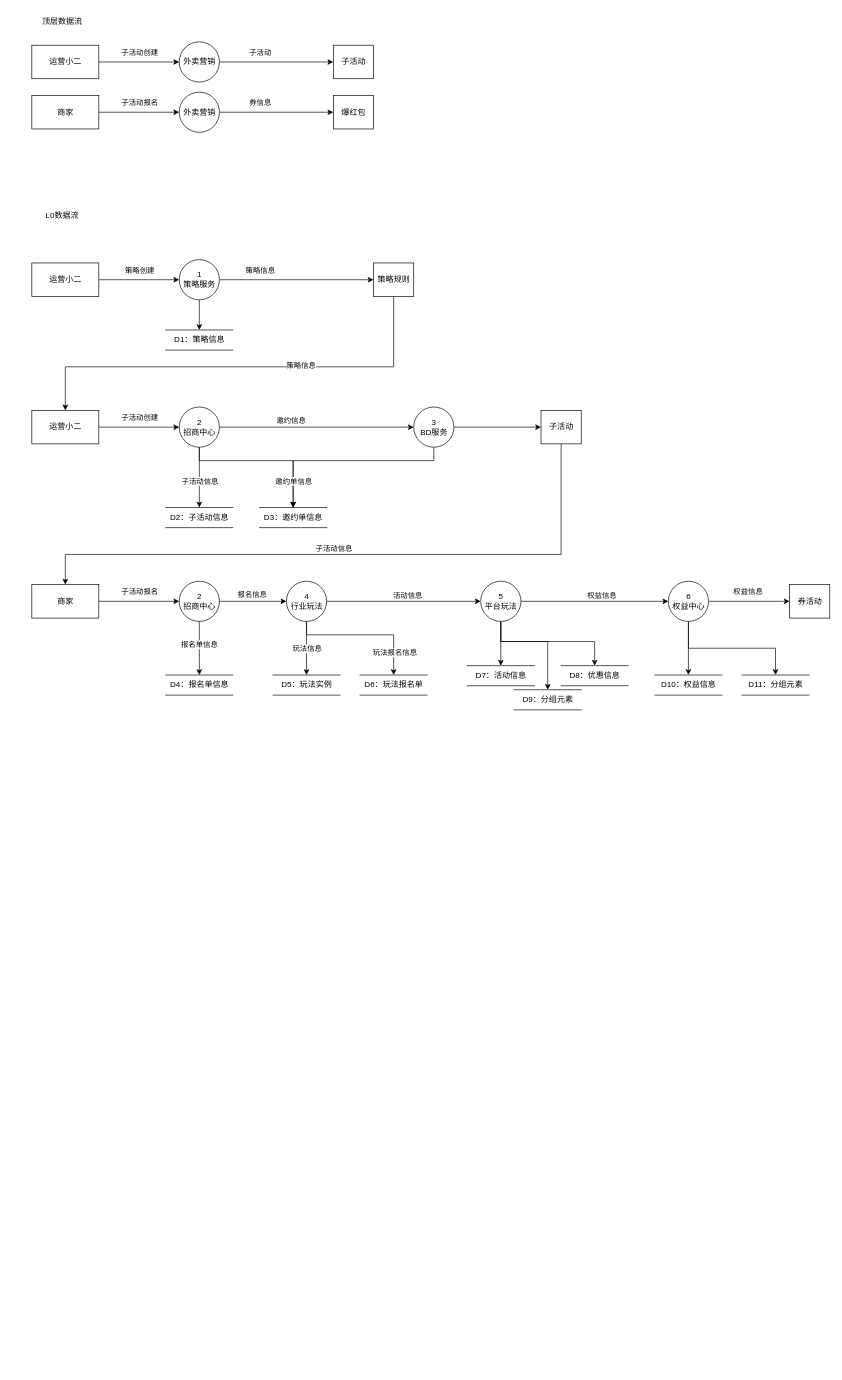
Above: page "数据流" (1 of 2) of 阶梯爆红包架构方案.drawio in jon-kong/draw.io (draw.io), before the change. Source tidied: cells renumbered, new cells numbered last; positions are measured from the earlier drawing's top-left corner, leaving out a move shared by most shapes. Both pictures are drawn from the tidied source at 67%, with x=0, y=0 at pixel (31, 11).
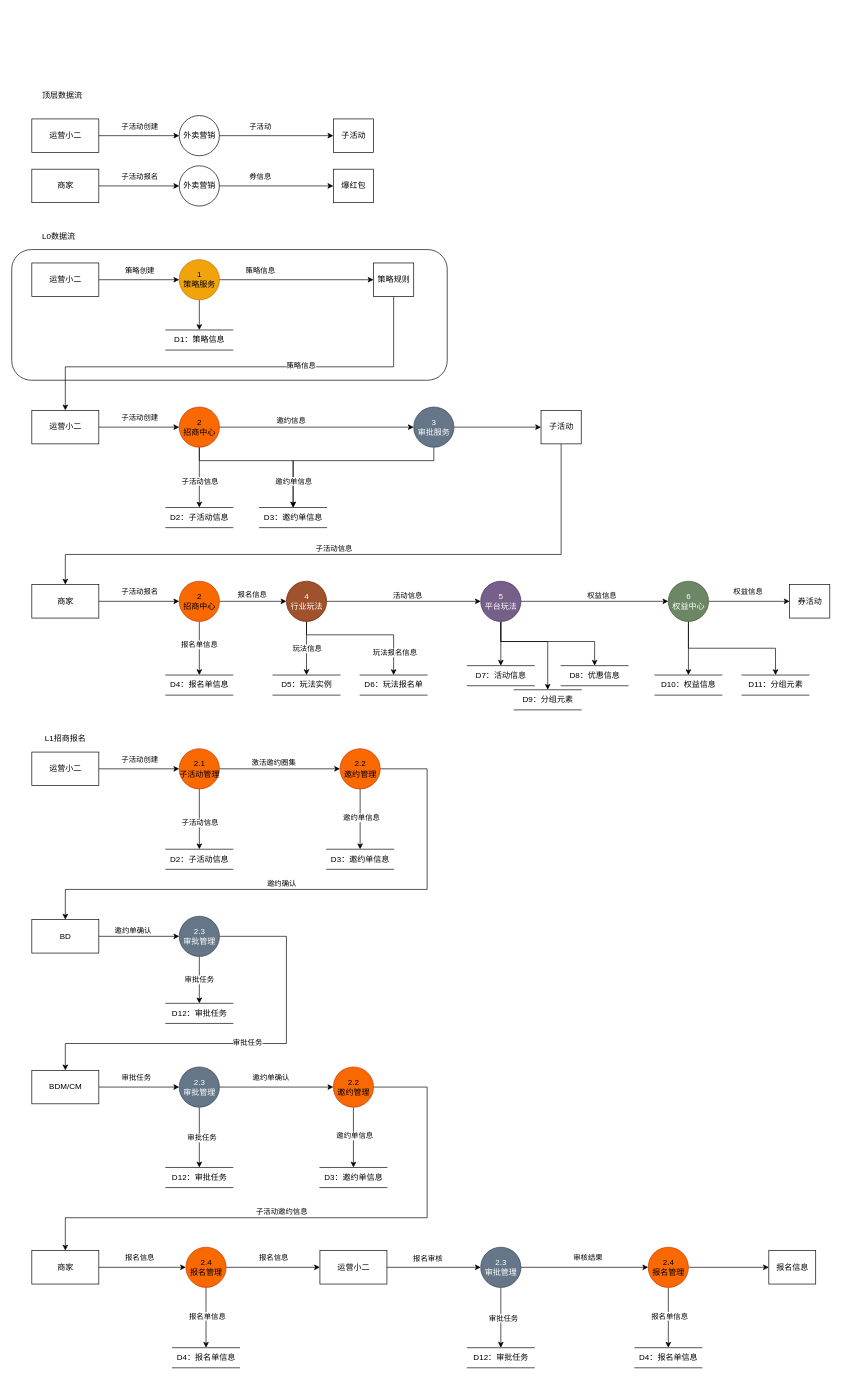
The same page after the edit.

Commit message:
更新阶梯爆红包架构方案.drawio

Diff of the diagram source:
```diff
@@
+    <mxCell id="82" style="rounded=1;whiteSpace=wrap;html=1;" parent="1" vertex="1">
+      <mxGeometry x="-30" y="355" width="650" height="195" as="geometry" />
+    </mxCell>
@@
     <mxCell id="3" value="外卖营销" style="shape=ellipse;html=1;dashed=0;whitespace=wrap;perimeter=ellipsePerimeter;" parent="1" vertex="1">
-      <mxGeometry x="220" y="45" width="60" height="60" as="geometry" />
+      <mxGeometry x="220" y="155" width="60" height="60" as="geometry" />
     </mxCell>
@@
     <mxCell id="6" value="运营小二" style="html=1;dashed=0;whitespace=wrap;" parent="1" vertex="1">
-      <mxGeometry y="50" width="100" height="50" as="geometry" />
+      <mxGeometry y="160" width="100" height="50" as="geometry" />
     </mxCell>
     <mxCell id="7" value="子活动" style="html=1;dashed=0;whitespace=wrap;" parent="1" vertex="1">
-      <mxGeometry x="450" y="50" width="60" height="50" as="geometry" />
+      <mxGeometry x="450" y="160" width="60" height="50" as="geometry" />
     </mxCell>
     <mxCell id="8" value="子活动" style="edgeLabel;html=1;align=center;verticalAlign=middle;" parent="1" vertex="1">
-      <mxGeometry x="340" y="60" as="geometry" />
+      <mxGeometry x="340" y="170" as="geometry" />
     </mxCell>
     <mxCell id="9" value="顶层数据流" style="text;html=1;align=center;verticalAlign=middle;strokeColor=none;fillColor=none;" parent="1" vertex="1">
-      <mxGeometry width="90" height="30" as="geometry" />
+      <mxGeometry y="110" width="90" height="30" as="geometry" />
     </mxCell>
@@
-    <mxCell id="12" value="1&lt;br&gt;策略服务" style="shape=ellipse;html=1;dashed=0;whitespace=wrap;perimeter=ellipsePerimeter;" parent="1" vertex="1">
+    <mxCell id="12" value="1&lt;br&gt;策略服务" style="shape=ellipse;html=1;dashed=0;whitespace=wrap;perimeter=ellipsePerimeter;fillColor=#f0a30a;fontColor=#000000;strokeColor=#BD7000;" parent="1" vertex="1">
       <mxGeometry x="220" y="370" width="60" height="60" as="geometry" />
     </mxCell>
@@
     <mxCell id="20" value="L0数据流" style="text;html=1;align=center;verticalAlign=middle;strokeColor=none;fillColor=none;" parent="1" vertex="1">
-      <mxGeometry x="5" y="290" width="80" height="30" as="geometry" />
+      <mxGeometry y="320" width="80" height="30" as="geometry" />
     </mxCell>
@@
     <mxCell id="22" value="外卖营销" style="shape=ellipse;html=1;dashed=0;whitespace=wrap;perimeter=ellipsePerimeter;" parent="1" vertex="1">
-      <mxGeometry x="220" y="120" width="60" height="60" as="geometry" />
+      <mxGeometry x="220" y="230" width="60" height="60" as="geometry" />
     </mxCell>
@@
     <mxCell id="25" value="商家" style="html=1;dashed=0;whitespace=wrap;" parent="1" vertex="1">
-      <mxGeometry y="125" width="100" height="50" as="geometry" />
+      <mxGeometry y="235" width="100" height="50" as="geometry" />
     </mxCell>
     <mxCell id="26" value="爆红包" style="html=1;dashed=0;whitespace=wrap;" parent="1" vertex="1">
-      <mxGeometry x="450" y="125" width="60" height="50" as="geometry" />
+      <mxGeometry x="450" y="235" width="60" height="50" as="geometry" />
     </mxCell>
     <mxCell id="27" value="券信息" style="edgeLabel;html=1;align=center;verticalAlign=middle;" parent="1" vertex="1">
-      <mxGeometry x="340" y="135" as="geometry" />
+      <mxGeometry x="340" y="245" as="geometry" />
     </mxCell>
@@
-    <mxCell id="33" value="2&lt;br&gt;招商中心" style="shape=ellipse;html=1;dashed=0;whitespace=wrap;perimeter=ellipsePerimeter;" parent="1" vertex="1">
+    <mxCell id="33" value="2&lt;br&gt;招商中心" style="shape=ellipse;html=1;dashed=0;whitespace=wrap;perimeter=ellipsePerimeter;fillColor=#fa6800;fontColor=#000000;strokeColor=#C73500;" parent="1" vertex="1">
       <mxGeometry x="220" y="590" width="60" height="60" as="geometry" />
     </mxCell>
@@
-    <mxCell id="46" value="2&lt;br&gt;招商中心" style="shape=ellipse;html=1;dashed=0;whitespace=wrap;perimeter=ellipsePerimeter;" parent="1" vertex="1">
+    <mxCell id="46" value="2&lt;br&gt;招商中心" style="shape=ellipse;html=1;dashed=0;whitespace=wrap;perimeter=ellipsePerimeter;fillColor=#fa6800;fontColor=#000000;strokeColor=#C73500;" parent="1" vertex="1">
       <mxGeometry x="220" y="850" width="60" height="60" as="geometry" />
     </mxCell>
@@
-    <mxCell id="59" value="4&lt;br&gt;行业玩法" style="shape=ellipse;html=1;dashed=0;whitespace=wrap;perimeter=ellipsePerimeter;" parent="1" vertex="1">
+    <mxCell id="59" value="4&lt;br&gt;行业玩法" style="shape=ellipse;html=1;dashed=0;whitespace=wrap;perimeter=ellipsePerimeter;fillColor=#a0522d;fontColor=#ffffff;strokeColor=#6D1F00;" parent="1" vertex="1">
       <mxGeometry x="380" y="850" width="60" height="60" as="geometry" />
     </mxCell>
@@
-    <mxCell id="65" value="3&lt;br&gt;BD服务" style="shape=ellipse;html=1;dashed=0;whitespace=wrap;perimeter=ellipsePerimeter;" parent="1" vertex="1">
+    <mxCell id="65" value="3&lt;br&gt;审批服务" style="shape=ellipse;html=1;dashed=0;whitespace=wrap;perimeter=ellipsePerimeter;fillColor=#647687;fontColor=#ffffff;strokeColor=#314354;" parent="1" vertex="1">
       <mxGeometry x="570" y="590" width="60" height="60" as="geometry" />
     </mxCell>
@@
-    <mxCell id="71" value="5&lt;br&gt;平台玩法" style="shape=ellipse;html=1;dashed=0;whitespace=wrap;perimeter=ellipsePerimeter;" parent="1" vertex="1">
+    <mxCell id="71" value="5&lt;br&gt;平台玩法" style="shape=ellipse;html=1;dashed=0;whitespace=wrap;perimeter=ellipsePerimeter;fillColor=#76608a;fontColor=#ffffff;strokeColor=#432D57;" parent="1" vertex="1">
       <mxGeometry x="670" y="850" width="60" height="60" as="geometry" />
     </mxCell>
@@
-    <mxCell id="78" value="6&lt;br&gt;权益中心" style="shape=ellipse;html=1;dashed=0;whitespace=wrap;perimeter=ellipsePerimeter;" parent="1" vertex="1">
+    <mxCell id="78" value="6&lt;br&gt;权益中心" style="shape=ellipse;html=1;dashed=0;whitespace=wrap;perimeter=ellipsePerimeter;fillColor=#6d8764;fontColor=#ffffff;strokeColor=#3A5431;" parent="1" vertex="1">
       <mxGeometry x="950" y="850" width="60" height="60" as="geometry" />
     </mxCell>
@@
+    <mxCell id="83" value="L1招商报名" style="text;html=1;align=center;verticalAlign=middle;strokeColor=none;fillColor=none;" parent="1" vertex="1">
+      <mxGeometry y="1070" width="100" height="30" as="geometry" />
+    </mxCell>
+    <mxCell id="84" style="edgeStyle=orthogonalEdgeStyle;rounded=0;jettySize=auto;html=1;exitX=0.5;exitY=1;exitDx=0;exitDy=0;entryX=0.5;entryY=0;entryDx=0;entryDy=0;" parent="1" edge="1" source="88" target="95">
+      <mxGeometry relative="1" as="geometry" />
+    </mxCell>
+    <mxCell id="85" value="子活动信息" style="edgeLabel;html=1;align=center;verticalAlign=middle;" parent="84" vertex="1">
+      <mxGeometry x="0.11" y="-1" relative="1" as="geometry">
+        <mxPoint x="1" as="offset" />
+      </mxGeometry>
+    </mxCell>
+    <mxCell id="86" style="edgeStyle=orthogonalEdgeStyle;rounded=0;jettySize=auto;html=1;exitX=1;exitY=0.5;exitDx=0;exitDy=0;" parent="1" edge="1" source="88" target="106">
+      <mxGeometry relative="1" as="geometry" />
+    </mxCell>
+    <mxCell id="87" value="激活邀约圈集" style="edgeLabel;html=1;align=center;verticalAlign=middle;" parent="86" vertex="1">
+      <mxGeometry x="-0.1" y="-2" relative="1" as="geometry">
+        <mxPoint x="-1" y="-12" as="offset" />
+      </mxGeometry>
+    </mxCell>
+    <mxCell id="88" value="2.1&lt;br&gt;子活动管理" style="shape=ellipse;html=1;dashed=0;whitespace=wrap;perimeter=ellipsePerimeter;fillColor=#fa6800;fontColor=#000000;strokeColor=#C73500;" parent="1" vertex="1">
+      <mxGeometry x="220" y="1100" width="60" height="60" as="geometry" />
+    </mxCell>
+    <mxCell id="89" style="edgeStyle=orthogonalEdgeStyle;rounded=0;jettySize=auto;html=1;" parent="1" edge="1" source="91" target="88">
+      <mxGeometry relative="1" as="geometry" />
+    </mxCell>
+    <mxCell id="90" value="子活动创建" style="edgeLabel;html=1;align=center;verticalAlign=middle;" parent="89" vertex="1">
+      <mxGeometry x="-0.18" y="-2" relative="1" as="geometry">
+        <mxPoint x="11" y="-17" as="offset" />
+      </mxGeometry>
+    </mxCell>
+    <mxCell id="91" value="运营小二" style="html=1;dashed=0;whitespace=wrap;" parent="1" vertex="1">
+      <mxGeometry y="1105" width="100" height="50" as="geometry" />
+    </mxCell>
+    <mxCell id="92" style="edgeStyle=orthogonalEdgeStyle;rounded=0;jettySize=auto;html=1;exitX=1;exitY=0.5;exitDx=0;exitDy=0;" parent="1" edge="1" source="94" target="115">
+      <mxGeometry relative="1" as="geometry" />
+    </mxCell>
+    <mxCell id="93" value="审批任务" style="edgeLabel;html=1;align=center;verticalAlign=middle;" parent="92" vertex="1">
+      <mxGeometry x="-0.09" relative="1" as="geometry">
+        <mxPoint y="-15" as="offset" />
+      </mxGeometry>
+    </mxCell>
+    <mxCell id="94" value="BDM/CM" style="html=1;dashed=0;whitespace=wrap;" parent="1" vertex="1">
+      <mxGeometry y="1580" width="100" height="50" as="geometry" />
+    </mxCell>
+    <mxCell id="95" value="D2：子活动信息" style="html=1;dashed=0;whitespace=wrap;shape=partialRectangle;right=0;left=0;" parent="1" vertex="1">
+      <mxGeometry x="200" y="1250" width="100" height="30" as="geometry" />
+    </mxCell>
+    <mxCell id="96" value="D3：邀约单信息" style="html=1;dashed=0;whitespace=wrap;shape=partialRectangle;right=0;left=0;" parent="1" vertex="1">
+      <mxGeometry x="440" y="1250" width="100" height="30" as="geometry" />
+    </mxCell>
+    <mxCell id="97" style="edgeStyle=orthogonalEdgeStyle;rounded=0;jettySize=auto;html=1;exitX=1;exitY=0.5;exitDx=0;exitDy=0;" parent="1" edge="1" source="101" target="94">
+      <mxGeometry relative="1" as="geometry">
+        <Array as="points">
+          <mxPoint x="380" y="1380" />
+          <mxPoint x="380" y="1540" />
+          <mxPoint x="50" y="1540" />
+        </Array>
+      </mxGeometry>
+    </mxCell>
+    <mxCell id="98" value="审批任务" style="edgeLabel;html=1;align=center;verticalAlign=middle;" parent="97" vertex="1">
+      <mxGeometry x="-0.14" y="4" relative="1" as="geometry">
+        <mxPoint x="-48" y="-6" as="offset" />
+      </mxGeometry>
+    </mxCell>
+    <mxCell id="99" style="edgeStyle=orthogonalEdgeStyle;rounded=0;jettySize=auto;html=1;exitX=0.5;exitY=1;exitDx=0;exitDy=0;" parent="1" edge="1" source="101" target="107">
+      <mxGeometry relative="1" as="geometry" />
+    </mxCell>
+    <mxCell id="100" value="审批任务" style="edgeLabel;html=1;align=center;verticalAlign=middle;" parent="99" vertex="1">
+      <mxGeometry x="-0.04" y="-1" relative="1" as="geometry" />
+    </mxCell>
+    <mxCell id="101" value="2.3&lt;br&gt;审批管理" style="shape=ellipse;html=1;dashed=0;whitespace=wrap;perimeter=ellipsePerimeter;fillColor=#647687;fontColor=#ffffff;strokeColor=#314354;" parent="1" vertex="1">
+      <mxGeometry x="220" y="1350" width="60" height="60" as="geometry" />
+    </mxCell>
+    <mxCell id="102" style="edgeStyle=orthogonalEdgeStyle;rounded=0;jettySize=auto;html=1;exitX=0.5;exitY=1;exitDx=0;exitDy=0;entryX=0.5;entryY=0;entryDx=0;entryDy=0;" parent="1" edge="1" source="106" target="96">
+      <mxGeometry relative="1" as="geometry" />
+    </mxCell>
+    <mxCell id="103" value="邀约单信息" style="edgeLabel;html=1;align=center;verticalAlign=middle;" parent="102" vertex="1">
+      <mxGeometry x="-0.07" y="1" relative="1" as="geometry" />
+    </mxCell>
+    <mxCell id="104" style="edgeStyle=orthogonalEdgeStyle;rounded=0;jettySize=auto;html=1;exitX=1;exitY=0.5;exitDx=0;exitDy=0;entryX=0.5;entryY=0;entryDx=0;entryDy=0;" parent="1" edge="1" source="106" target="110">
+      <mxGeometry relative="1" as="geometry">
+        <Array as="points">
+          <mxPoint x="590" y="1130" />
+          <mxPoint x="590" y="1310" />
+          <mxPoint x="50" y="1310" />
+        </Array>
+      </mxGeometry>
+    </mxCell>
+    <mxCell id="105" value="邀约确认" style="edgeLabel;html=1;align=center;verticalAlign=middle;" parent="104" vertex="1">
+      <mxGeometry x="-0.19" y="2" relative="1" as="geometry">
+        <mxPoint x="-130" y="-12" as="offset" />
+      </mxGeometry>
+    </mxCell>
+    <mxCell id="106" value="2.2&lt;br&gt;邀约管理" style="shape=ellipse;html=1;dashed=0;whitespace=wrap;perimeter=ellipsePerimeter;fillColor=#fa6800;fontColor=#000000;strokeColor=#C73500;" parent="1" vertex="1">
+      <mxGeometry x="460" y="1100" width="60" height="60" as="geometry" />
+    </mxCell>
+    <mxCell id="107" value="D12：审批任务" style="html=1;dashed=0;whitespace=wrap;shape=partialRectangle;right=0;left=0;" parent="1" vertex="1">
+      <mxGeometry x="200" y="1480" width="100" height="30" as="geometry" />
+    </mxCell>
+    <mxCell id="108" style="edgeStyle=orthogonalEdgeStyle;rounded=0;jettySize=auto;html=1;exitX=1;exitY=0.5;exitDx=0;exitDy=0;" parent="1" edge="1" source="110" target="101">
+      <mxGeometry relative="1" as="geometry" />
+    </mxCell>
+    <mxCell id="109" value="邀约单确认" style="edgeLabel;html=1;align=center;verticalAlign=middle;" parent="108" vertex="1">
+      <mxGeometry x="-0.2" y="1" relative="1" as="geometry">
+        <mxPoint x="2" y="-9" as="offset" />
+      </mxGeometry>
+    </mxCell>
+    <mxCell id="110" value="BD" style="html=1;dashed=0;whitespace=wrap;" parent="1" vertex="1">
+      <mxGeometry y="1355" width="100" height="50" as="geometry" />
+    </mxCell>
+    <mxCell id="111" style="edgeStyle=orthogonalEdgeStyle;rounded=0;jettySize=auto;html=1;exitX=0.5;exitY=1;exitDx=0;exitDy=0;" parent="1" edge="1" source="115" target="116">
+      <mxGeometry relative="1" as="geometry" />
+    </mxCell>
+    <mxCell id="112" value="审批任务" style="edgeLabel;html=1;align=center;verticalAlign=middle;" parent="111" vertex="1">
+      <mxGeometry x="-0.01" y="3" relative="1" as="geometry" />
+    </mxCell>
+    <mxCell id="113" style="edgeStyle=orthogonalEdgeStyle;rounded=0;jettySize=auto;html=1;exitX=1;exitY=0.5;exitDx=0;exitDy=0;" parent="1" edge="1" source="115" target="122">
+      <mxGeometry relative="1" as="geometry" />
+    </mxCell>
+    <mxCell id="114" value="邀约单确认" style="edgeLabel;html=1;align=center;verticalAlign=middle;" parent="113" vertex="1">
+      <mxGeometry x="-0.11" y="2" relative="1" as="geometry">
+        <mxPoint y="-13" as="offset" />
+      </mxGeometry>
+    </mxCell>
+    <mxCell id="115" value="2.3&lt;br&gt;审批管理" style="shape=ellipse;html=1;dashed=0;whitespace=wrap;perimeter=ellipsePerimeter;fillColor=#647687;fontColor=#ffffff;strokeColor=#314354;" parent="1" vertex="1">
+      <mxGeometry x="220" y="1575" width="60" height="60" as="geometry" />
+    </mxCell>
+    <mxCell id="116" value="D12：审批任务" style="html=1;dashed=0;whitespace=wrap;shape=partialRectangle;right=0;left=0;" parent="1" vertex="1">
+      <mxGeometry x="200" y="1725" width="100" height="30" as="geometry" />
+    </mxCell>
+    <mxCell id="117" value="D3：邀约单信息" style="html=1;dashed=0;whitespace=wrap;shape=partialRectangle;right=0;left=0;" parent="1" vertex="1">
+      <mxGeometry x="430" y="1725" width="100" height="30" as="geometry" />
+    </mxCell>
+    <mxCell id="118" style="edgeStyle=orthogonalEdgeStyle;rounded=0;jettySize=auto;html=1;exitX=0.5;exitY=1;exitDx=0;exitDy=0;entryX=0.5;entryY=0;entryDx=0;entryDy=0;" parent="1" edge="1" source="122" target="117">
+      <mxGeometry relative="1" as="geometry" />
+    </mxCell>
+    <mxCell id="119" value="邀约单信息" style="edgeLabel;html=1;align=center;verticalAlign=middle;" parent="118" vertex="1">
+      <mxGeometry x="-0.07" y="1" relative="1" as="geometry" />
+    </mxCell>
+    <mxCell id="120" style="edgeStyle=orthogonalEdgeStyle;rounded=0;jettySize=auto;html=1;exitX=1;exitY=0.5;exitDx=0;exitDy=0;" parent="1" edge="1" source="122" target="125">
+      <mxGeometry relative="1" as="geometry">
+        <Array as="points">
+          <mxPoint x="590" y="1605" />
+          <mxPoint x="590" y="1800" />
+          <mxPoint x="50" y="1800" />
+        </Array>
+      </mxGeometry>
+    </mxCell>
+    <mxCell id="121" value="子活动邀约信息" style="edgeLabel;html=1;align=center;verticalAlign=middle;" parent="120" vertex="1">
+      <mxGeometry x="-0.12" y="3" relative="1" as="geometry">
+        <mxPoint x="-113" y="-13" as="offset" />
+      </mxGeometry>
+    </mxCell>
+    <mxCell id="122" value="2.2&lt;br&gt;邀约管理" style="shape=ellipse;html=1;dashed=0;whitespace=wrap;perimeter=ellipsePerimeter;fillColor=#fa6800;fontColor=#000000;strokeColor=#C73500;" parent="1" vertex="1">
+      <mxGeometry x="450" y="1575" width="60" height="60" as="geometry" />
+    </mxCell>
+    <mxCell id="123" style="edgeStyle=orthogonalEdgeStyle;rounded=0;jettySize=auto;html=1;exitX=1;exitY=0.5;exitDx=0;exitDy=0;" parent="1" edge="1" source="125" target="131">
+      <mxGeometry relative="1" as="geometry" />
+    </mxCell>
+    <mxCell id="124" value="报名信息" style="edgeLabel;html=1;align=center;verticalAlign=middle;" parent="123" vertex="1">
+      <mxGeometry x="-0.06" y="3" relative="1" as="geometry">
+        <mxPoint x="-1" y="-12" as="offset" />
+      </mxGeometry>
+    </mxCell>
+    <mxCell id="125" value="商家" style="html=1;dashed=0;whitespace=wrap;" parent="1" vertex="1">
+      <mxGeometry y="1849" width="100" height="50" as="geometry" />
+    </mxCell>
+    <mxCell id="126" value="D4：报名单信息" style="html=1;dashed=0;whitespace=wrap;shape=partialRectangle;right=0;left=0;" parent="1" vertex="1">
+      <mxGeometry x="210" y="1994" width="100" height="30" as="geometry" />
+    </mxCell>
+    <mxCell id="127" style="edgeStyle=orthogonalEdgeStyle;rounded=0;jettySize=auto;html=1;exitX=0.5;exitY=1;exitDx=0;exitDy=0;entryX=0.5;entryY=0;entryDx=0;entryDy=0;" parent="1" edge="1" source="131" target="126">
+      <mxGeometry relative="1" as="geometry" />
+    </mxCell>
+    <mxCell id="128" value="报名单信息" style="edgeLabel;html=1;align=center;verticalAlign=middle;" parent="127" vertex="1">
+      <mxGeometry x="-0.07" y="1" relative="1" as="geometry" />
+    </mxCell>
+    <mxCell id="129" style="edgeStyle=orthogonalEdgeStyle;rounded=0;jettySize=auto;html=1;exitX=1;exitY=0.5;exitDx=0;exitDy=0;" parent="1" edge="1" source="131" target="134">
+      <mxGeometry relative="1" as="geometry" />
+    </mxCell>
+    <mxCell id="130" value="报名信息" style="edgeLabel;html=1;align=center;verticalAlign=middle;" parent="129" vertex="1">
+      <mxGeometry x="-0.14" y="3" relative="1" as="geometry">
+        <mxPoint x="10" y="-12" as="offset" />
+      </mxGeometry>
+    </mxCell>
+    <mxCell id="131" value="2.4&lt;br&gt;报名管理" style="shape=ellipse;html=1;dashed=0;whitespace=wrap;perimeter=ellipsePerimeter;fillColor=#fa6800;fontColor=#000000;strokeColor=#C73500;" parent="1" vertex="1">
+      <mxGeometry x="230" y="1844" width="60" height="60" as="geometry" />
+    </mxCell>
+    <mxCell id="132" style="edgeStyle=orthogonalEdgeStyle;rounded=0;jettySize=auto;html=1;exitX=1;exitY=0.5;exitDx=0;exitDy=0;" parent="1" edge="1" source="134" target="138">
+      <mxGeometry relative="1" as="geometry" />
+    </mxCell>
+    <mxCell id="133" value="报名审核" style="edgeLabel;html=1;align=center;verticalAlign=middle;" parent="132" vertex="1">
+      <mxGeometry x="-0.23" y="1" relative="1" as="geometry">
+        <mxPoint x="6" y="-13" as="offset" />
+      </mxGeometry>
+    </mxCell>
+    <mxCell id="134" value="运营小二" style="html=1;dashed=0;whitespace=wrap;" parent="1" vertex="1">
+      <mxGeometry x="430" y="1849" width="100" height="50" as="geometry" />
+    </mxCell>
+    <mxCell id="135" style="edgeStyle=orthogonalEdgeStyle;rounded=0;jettySize=auto;html=1;exitX=0.5;exitY=1;exitDx=0;exitDy=0;" parent="1" edge="1" source="138" target="139">
+      <mxGeometry relative="1" as="geometry" />
+    </mxCell>
+    <mxCell id="136" value="审批任务" style="edgeLabel;html=1;align=center;verticalAlign=middle;" parent="135" vertex="1">
+      <mxGeometry x="-0.01" y="3" relative="1" as="geometry" />
+    </mxCell>
+    <mxCell id="137" value="审核结果" style="edgeStyle=orthogonalEdgeStyle;rounded=0;jettySize=auto;html=1;exitX=1;exitY=0.5;exitDx=0;exitDy=0;" parent="1" edge="1" source="138" target="144">
+      <mxGeometry x="0.05" y="14" relative="1" as="geometry" />
+    </mxCell>
+    <mxCell id="138" value="2.3&lt;br&gt;审批管理" style="shape=ellipse;html=1;dashed=0;whitespace=wrap;perimeter=ellipsePerimeter;fillColor=#647687;fontColor=#ffffff;strokeColor=#314354;" parent="1" vertex="1">
+      <mxGeometry x="670" y="1844" width="60" height="60" as="geometry" />
+    </mxCell>
+    <mxCell id="139" value="D12：审批任务" style="html=1;dashed=0;whitespace=wrap;shape=partialRectangle;right=0;left=0;" parent="1" vertex="1">
+      <mxGeometry x="650" y="1994" width="100" height="30" as="geometry" />
+    </mxCell>
+    <mxCell id="140" value="D4：报名单信息" style="html=1;dashed=0;whitespace=wrap;shape=partialRectangle;right=0;left=0;" parent="1" vertex="1">
+      <mxGeometry x="900" y="1994" width="100" height="30" as="geometry" />
+    </mxCell>
+    <mxCell id="141" style="edgeStyle=orthogonalEdgeStyle;rounded=0;jettySize=auto;html=1;exitX=0.5;exitY=1;exitDx=0;exitDy=0;entryX=0.5;entryY=0;entryDx=0;entryDy=0;" parent="1" edge="1" source="144" target="140">
+      <mxGeometry relative="1" as="geometry" />
+    </mxCell>
+    <mxCell id="142" value="报名单信息" style="edgeLabel;html=1;align=center;verticalAlign=middle;" parent="141" vertex="1">
+      <mxGeometry x="-0.07" y="1" relative="1" as="geometry" />
+    </mxCell>
+    <mxCell id="143" style="edgeStyle=orthogonalEdgeStyle;rounded=0;jettySize=auto;html=1;exitX=1;exitY=0.5;exitDx=0;exitDy=0;" parent="1" edge="1" source="144" target="145">
+      <mxGeometry relative="1" as="geometry" />
+    </mxCell>
+    <mxCell id="144" value="2.4&lt;br&gt;报名管理" style="shape=ellipse;html=1;dashed=0;whitespace=wrap;perimeter=ellipsePerimeter;fillColor=#fa6800;fontColor=#000000;strokeColor=#C73500;" parent="1" vertex="1">
+      <mxGeometry x="920" y="1844" width="60" height="60" as="geometry" />
+    </mxCell>
+    <mxCell id="145" value="报名信息" style="html=1;dashed=0;whitespace=wrap;" parent="1" vertex="1">
+      <mxGeometry x="1100" y="1849" width="70" height="50" as="geometry" />
+    </mxCell>
```
